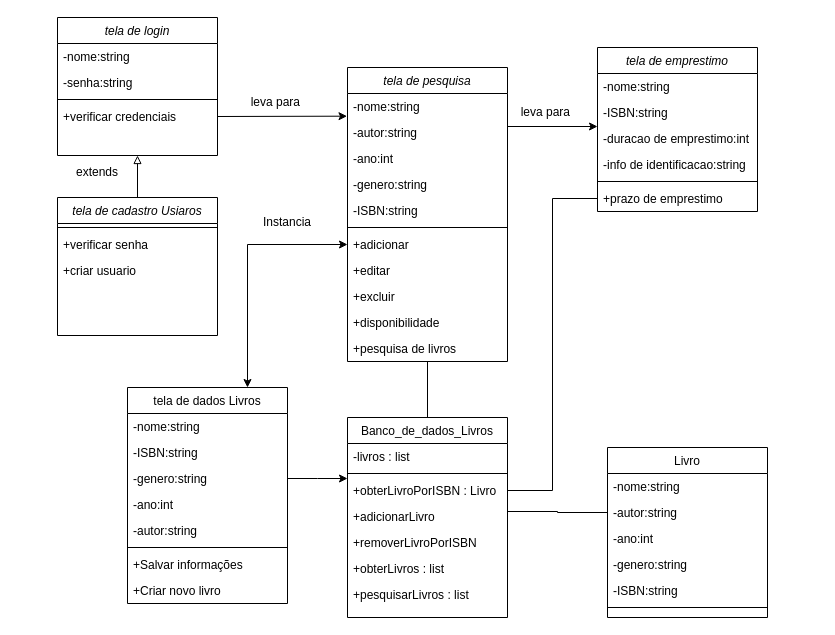
This is Biblioteca v2.drawio from John-The-Fox/Projeto-Biblioteca, a draw.io file, before an edit. Source tidied: cells renumbered, new cells numbered last; positions are measured from the earlier drawing's top-left corner, leaving out a move shared by most shapes. Both pictures are drawn from the tidied source at 100%, with x=0, y=0 at pixel (57, 17).
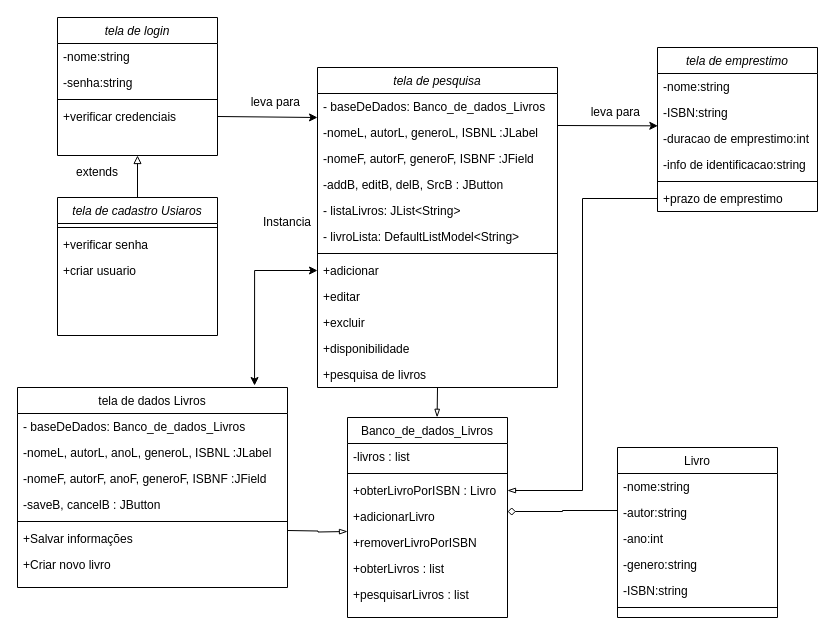
The same page after the edit.

Unchanged cells that the change refers to:
```xml
<mxCell id="18" value="+verificar credenciais" style="text;align=left;verticalAlign=top;spacingLeft=4;spacingRight=4;overflow=hidden;points=[[0,0.5],[1,0.5]];portConstraint=eastwest;" parent="14" vertex="1">
  <mxGeometry y="86" width="160" height="26" as="geometry" />
</mxCell>
<mxCell id="22" value="-duracao de emprestimo:int" style="text;align=left;verticalAlign=top;spacingLeft=4;spacingRight=4;overflow=hidden;points=[[0,0.5],[1,0.5]];portConstraint=eastwest;" parent="19" vertex="1">
  <mxGeometry y="78" width="160" height="26" as="geometry" />
</mxCell>
<mxCell id="25" value="+prazo de emprestimo" style="text;align=left;verticalAlign=top;spacingLeft=4;spacingRight=4;overflow=hidden;points=[[0,0.5],[1,0.5]];portConstraint=eastwest;" parent="19" vertex="1">
  <mxGeometry y="138" width="160" height="26" as="geometry" />
</mxCell>
<mxCell id="48" value="Banco_de_dados_Livros" style="swimlane;fontStyle=0;align=center;verticalAlign=top;horizontal=1;startSize=26;rounded=0;shadow=0;strokeWidth=1;" parent="1" vertex="1">
  <mxGeometry x="290" y="400" width="160" height="200" as="geometry" />
</mxCell>
<mxCell id="51" value="+obterLivroPorISBN : Livro" style="text;align=left;verticalAlign=top;spacingLeft=4;spacingRight=4;overflow=hidden;points=[[0,0.5],[1,0.5]];portConstraint=eastwest;" parent="48" vertex="1">
  <mxGeometry y="60" width="160" height="26" as="geometry" />
</mxCell>
<mxCell id="52" value="+adicionarLivro" style="text;align=left;verticalAlign=top;spacingLeft=4;spacingRight=4;overflow=hidden;points=[[0,0.5],[1,0.5]];portConstraint=eastwest;" parent="48" vertex="1">
  <mxGeometry y="86" width="160" height="26" as="geometry" />
</mxCell>
<mxCell id="59" value="-autor:string" style="text;align=left;verticalAlign=top;spacingLeft=4;spacingRight=4;overflow=hidden;points=[[0,0.5],[1,0.5]];portConstraint=eastwest;" parent="57" vertex="1">
  <mxGeometry y="52" width="160" height="26" as="geometry" />
</mxCell>
```

Change to the diagram source:
```diff
@@
     <mxCell id="2" value="tela de pesquisa" style="swimlane;fontStyle=2;align=center;verticalAlign=top;horizontal=1;startSize=26;rounded=0;shadow=0;strokeWidth=1;" parent="1" vertex="1">
-      <mxGeometry x="290" y="50" width="160" height="294" as="geometry" />
+      <mxGeometry x="260" y="50" width="240" height="320" as="geometry" />
     </mxCell>
+    <mxCell id="66" value="- baseDeDados: Banco_de_dados_Livros" style="text;align=left;verticalAlign=top;spacingLeft=4;spacingRight=4;overflow=hidden;" parent="2" vertex="1">
+      <mxGeometry y="26" width="240" height="26" as="geometry" />
+    </mxCell>
-    <mxCell id="3" value="-nome:string" style="text;align=left;verticalAlign=top;spacingLeft=4;spacingRight=4;overflow=hidden;points=[[0,0.5],[1,0.5]];portConstraint=eastwest;" parent="2" vertex="1">
-      <mxGeometry y="26" width="160" height="26" as="geometry" />
+    <mxCell id="3" value="-nomeL, autorL, generoL, ISBNL :JLabel" style="text;align=left;verticalAlign=top;spacingLeft=4;spacingRight=4;overflow=hidden;points=[[0,0.5],[1,0.5]];portConstraint=eastwest;" parent="2" vertex="1">
+      <mxGeometry y="52" width="240" height="26" as="geometry" />
     </mxCell>
-    <mxCell id="4" value="-autor:string" style="text;align=left;verticalAlign=top;spacingLeft=4;spacingRight=4;overflow=hidden;" parent="2" vertex="1">
-      <mxGeometry y="52" width="160" height="26" as="geometry" />
+    <mxCell id="4" value="-nomeF, autorF, generoF, ISBNF :JField" style="text;align=left;verticalAlign=top;spacingLeft=4;spacingRight=4;overflow=hidden;" parent="2" vertex="1">
+      <mxGeometry y="78" width="240" height="26" as="geometry" />
     </mxCell>
-    <mxCell id="5" value="-ano:int" style="text;align=left;verticalAlign=top;spacingLeft=4;spacingRight=4;overflow=hidden;" parent="2" vertex="1">
-      <mxGeometry y="78" width="160" height="26" as="geometry" />
-    </mxCell>
-    <mxCell id="6" value="-genero:string" style="text;align=left;verticalAlign=top;spacingLeft=4;spacingRight=4;overflow=hidden;" parent="2" vertex="1">
-      <mxGeometry y="104" width="160" height="26" as="geometry" />
+    <mxCell id="6" value="-addB, editB, delB, SrcB : JButton" style="text;align=left;verticalAlign=top;spacingLeft=4;spacingRight=4;overflow=hidden;" parent="2" vertex="1">
+      <mxGeometry y="104" width="240" height="26" as="geometry" />
     </mxCell>
-    <mxCell id="7" value="-ISBN:string" style="text;align=left;verticalAlign=top;spacingLeft=4;spacingRight=4;overflow=hidden;" parent="2" vertex="1">
-      <mxGeometry y="130" width="160" height="26" as="geometry" />
+    <mxCell id="7" value="- listaLivros: JList&lt;String&gt;" style="text;align=left;verticalAlign=top;spacingLeft=4;spacingRight=4;overflow=hidden;" parent="2" vertex="1">
+      <mxGeometry y="130" width="240" height="26" as="geometry" />
     </mxCell>
+    <mxCell id="67" value="- livroLista: DefaultListModel&lt;String&gt;" style="text;align=left;verticalAlign=top;spacingLeft=4;spacingRight=4;overflow=hidden;" parent="2" vertex="1">
+      <mxGeometry y="156" width="240" height="26" as="geometry" />
+    </mxCell>
     <mxCell id="8" style="line;html=1;strokeWidth=1;align=left;verticalAlign=middle;spacingTop=-1;spacingLeft=3;spacingRight=3;labelPosition=right;" parent="2" vertex="1">
-      <mxGeometry y="156" width="160" height="8" as="geometry" />
+      <mxGeometry y="182" width="240" height="8" as="geometry" />
     </mxCell>
     <mxCell id="9" value="+adicionar" style="text;align=left;verticalAlign=top;spacingLeft=4;spacingRight=4;overflow=hidden;points=[[0,0.5],[1,0.5]];portConstraint=eastwest;" parent="2" vertex="1">
-      <mxGeometry y="164" width="160" height="26" as="geometry" />
+      <mxGeometry y="190" width="240" height="26" as="geometry" />
     </mxCell>
     <mxCell id="10" value="+editar" style="text;align=left;verticalAlign=top;spacingLeft=4;spacingRight=4;overflow=hidden;" parent="2" vertex="1">
-      <mxGeometry y="190" width="160" height="26" as="geometry" />
+      <mxGeometry y="216" width="240" height="26" as="geometry" />
     </mxCell>
     <mxCell id="11" value="+excluir" style="text;align=left;verticalAlign=top;spacingLeft=4;spacingRight=4;overflow=hidden;" parent="2" vertex="1">
-      <mxGeometry y="216" width="160" height="26" as="geometry" />
+      <mxGeometry y="242" width="240" height="26" as="geometry" />
     </mxCell>
     <mxCell id="12" value="+disponibilidade" style="text;align=left;verticalAlign=top;spacingLeft=4;spacingRight=4;overflow=hidden;" parent="2" vertex="1">
-      <mxGeometry y="242" width="160" height="26" as="geometry" />
+      <mxGeometry y="268" width="240" height="26" as="geometry" />
     </mxCell>
     <mxCell id="13" value="+pesquisa de livros" style="text;align=left;verticalAlign=top;spacingLeft=4;spacingRight=4;overflow=hidden;points=[[0,0.5],[1,0.5]];portConstraint=eastwest;" parent="2" vertex="1">
-      <mxGeometry y="268" width="160" height="26" as="geometry" />
+      <mxGeometry y="294" width="240" height="26" as="geometry" />
     </mxCell>
@@
     <mxCell id="19" value="tela de emprestimo" style="swimlane;fontStyle=2;align=center;verticalAlign=top;horizontal=1;startSize=26;rounded=0;shadow=0;strokeWidth=1;" parent="1" vertex="1">
-      <mxGeometry x="540" y="30" width="160" height="164" as="geometry" />
+      <mxGeometry x="600" y="30" width="160" height="164" as="geometry" />
     </mxCell>
@@
-    <mxCell id="32" style="endArrow=classic;html=1;rounded=0;entryX=-0.003;entryY=0.872;entryDx=0;entryDy=0;exitX=1;exitY=0.5;exitDx=0;exitDy=0;entryPerimeter=0;" parent="1" edge="1" source="18" target="3">
-      <mxGeometry relative="1" as="geometry" />
+    <mxCell id="32" style="endArrow=classic;html=1;rounded=0;exitX=1;exitY=0.5;exitDx=0;exitDy=0;" parent="1" edge="1" source="18">
+      <mxGeometry relative="1" as="geometry">
+        <mxPoint x="260" y="100" as="targetPoint" />
+      </mxGeometry>
     </mxCell>
@@
     <mxCell id="34" value="tela de dados Livros" style="swimlane;fontStyle=0;align=center;verticalAlign=top;horizontal=1;startSize=26;rounded=0;shadow=0;strokeWidth=1;" parent="1" vertex="1">
-      <mxGeometry x="70" y="370" width="160" height="216" as="geometry" />
+      <mxGeometry x="-40" y="370" width="270" height="200" as="geometry" />
     </mxCell>
-    <mxCell id="35" value="-nome:string" style="text;align=left;verticalAlign=top;spacingLeft=4;spacingRight=4;overflow=hidden;" parent="34" vertex="1">
-      <mxGeometry y="26" width="160" height="26" as="geometry" />
-    </mxCell>
-    <mxCell id="36" value="-ISBN:string" style="text;align=left;verticalAlign=top;spacingLeft=4;spacingRight=4;overflow=hidden;" parent="34" vertex="1">
-      <mxGeometry y="52" width="160" height="26" as="geometry" />
-    </mxCell>
-    <mxCell id="37" value="-genero:string" style="text;align=left;verticalAlign=top;spacingLeft=4;spacingRight=4;overflow=hidden;points=[[0,0.5],[1,0.5]];portConstraint=eastwest;" parent="34" vertex="1">
-      <mxGeometry y="78" width="160" height="26" as="geometry" />
-    </mxCell>
-    <mxCell id="38" value="-ano:int" style="text;align=left;verticalAlign=top;spacingLeft=4;spacingRight=4;overflow=hidden;" parent="34" vertex="1">
-      <mxGeometry y="104" width="160" height="26" as="geometry" />
-    </mxCell>
-    <mxCell id="39" value="-autor:string" style="text;align=left;verticalAlign=top;spacingLeft=4;spacingRight=4;overflow=hidden;" parent="34" vertex="1">
-      <mxGeometry y="130" width="160" height="26" as="geometry" />
-    </mxCell>
+    <mxCell id="68" value="- baseDeDados: Banco_de_dados_Livros" style="text;align=left;verticalAlign=top;spacingLeft=4;spacingRight=4;overflow=hidden;" parent="34" vertex="1">
+      <mxGeometry y="26" width="270" height="26" as="geometry" />
+    </mxCell>
+    <mxCell id="69" value="-nomeL, autorL, anoL, generoL, ISBNL :JLabel" style="text;align=left;verticalAlign=top;spacingLeft=4;spacingRight=4;overflow=hidden;" parent="34" vertex="1">
+      <mxGeometry y="52" width="270" height="26" as="geometry" />
+    </mxCell>
+    <mxCell id="70" value="-nomeF, autorF, anoF, generoF, ISBNF :JField" style="text;align=left;verticalAlign=top;spacingLeft=4;spacingRight=4;overflow=hidden;" parent="34" vertex="1">
+      <mxGeometry y="78" width="270" height="26" as="geometry" />
+    </mxCell>
+    <mxCell id="71" value="-saveB, cancelB : JButton" style="text;align=left;verticalAlign=top;spacingLeft=4;spacingRight=4;overflow=hidden;" parent="34" vertex="1">
+      <mxGeometry y="104" width="270" height="26" as="geometry" />
+    </mxCell>
     <mxCell id="40" style="line;html=1;strokeWidth=1;align=left;verticalAlign=middle;spacingTop=-1;spacingLeft=3;spacingRight=3;labelPosition=right;" parent="34" vertex="1">
-      <mxGeometry y="156" width="160" height="8" as="geometry" />
+      <mxGeometry y="130" width="270" height="8" as="geometry" />
     </mxCell>
     <mxCell id="41" value="+Salvar informações" style="text;align=left;verticalAlign=top;spacingLeft=4;spacingRight=4;overflow=hidden;" parent="34" vertex="1">
-      <mxGeometry y="164" width="160" height="26" as="geometry" />
+      <mxGeometry y="138" width="270" height="26" as="geometry" />
     </mxCell>
     <mxCell id="42" value="+Criar novo livro" style="text;align=left;verticalAlign=top;spacingLeft=4;spacingRight=4;overflow=hidden;" parent="34" vertex="1">
-      <mxGeometry y="190" width="160" height="26" as="geometry" />
+      <mxGeometry y="164" width="270" height="26" as="geometry" />
     </mxCell>
-    <mxCell id="43" style="endArrow=classic;html=1;rounded=0;" parent="1" edge="1">
+    <mxCell id="43" style="endArrow=classic;html=1;rounded=0;entryX=0.002;entryY=0.013;entryDx=0;entryDy=0;entryPerimeter=0;" parent="1" edge="1" target="22">
       <mxGeometry relative="1" as="geometry">
-        <mxPoint x="450" y="109" as="sourcePoint" />
-        <mxPoint x="540" y="109" as="targetPoint" />
+        <mxPoint x="500" y="108" as="sourcePoint" />
       </mxGeometry>
     </mxCell>
     <mxCell id="44" value="leva para&amp;nbsp;" style="text;html=1;align=center;verticalAlign=middle;whiteSpace=wrap;rounded=0;" parent="1" vertex="1">
-      <mxGeometry x="460" y="80" width="60" height="30" as="geometry" />
+      <mxGeometry x="530" y="80" width="60" height="30" as="geometry" />
     </mxCell>
-    <mxCell id="45" style="endArrow=classic;html=1;rounded=0;exitX=0;exitY=0.5;exitDx=0;exitDy=0;entryX=0.75;entryY=0;entryDx=0;entryDy=0;edgeStyle=orthogonalEdgeStyle;startArrow=classic;startFill=1;" parent="1" edge="1" source="9" target="34">
+    <mxCell id="45" style="endArrow=classic;html=1;rounded=0;exitX=0;exitY=0.5;exitDx=0;exitDy=0;entryX=0.878;entryY=-0.01;entryDx=0;entryDy=0;edgeStyle=orthogonalEdgeStyle;startArrow=classic;startFill=1;entryPerimeter=0;" parent="1" edge="1" source="9" target="34">
       <mxGeometry relative="1" as="geometry" />
     </mxCell>
@@
-    <mxCell id="47" style="edgeStyle=orthogonalEdgeStyle;rounded=0;jettySize=auto;html=1;exitX=0.5;exitY=0;exitDx=0;exitDy=0;endArrow=none;endFill=0;entryX=0.5;entryY=1.019;entryDx=0;entryDy=0;entryPerimeter=0;" parent="1" edge="1" source="48" target="13">
+    <mxCell id="47" style="edgeStyle=orthogonalEdgeStyle;rounded=0;jettySize=auto;html=1;exitX=0.56;exitY=-0.001;exitDx=0;exitDy=0;endArrow=none;endFill=0;entryX=0.5;entryY=1.019;entryDx=0;entryDy=0;entryPerimeter=0;startArrow=blockThin;startFill=0;exitPerimeter=0;" parent="1" edge="1" source="48" target="13">
       <mxGeometry relative="1" as="geometry" />
     </mxCell>
@@
-    <mxCell id="56" style="edgeStyle=orthogonalEdgeStyle;rounded=0;jettySize=auto;html=1;exitX=1;exitY=0.5;exitDx=0;exitDy=0;entryX=0;entryY=0.346;entryDx=0;entryDy=0;entryPerimeter=0;" parent="1" edge="1" source="37">
+    <mxCell id="56" style="edgeStyle=orthogonalEdgeStyle;rounded=0;orthogonalLoop=1;jettySize=auto;html=1;exitX=1;exitY=0.5;exitDx=0;exitDy=0;endArrow=blockThin;endFill=0;" parent="1" edge="1">
       <mxGeometry relative="1" as="geometry">
-        <mxPoint x="290" y="461" as="targetPoint" />
+        <mxPoint x="230" y="513" as="sourcePoint" />
+        <mxPoint x="290" y="514" as="targetPoint" />
       </mxGeometry>
     </mxCell>
     <mxCell id="57" value="Livro" style="swimlane;fontStyle=0;align=center;verticalAlign=top;horizontal=1;startSize=26;rounded=0;shadow=0;strokeWidth=1;" parent="1" vertex="1">
-      <mxGeometry x="550" y="430" width="160" height="170" as="geometry" />
+      <mxGeometry x="560" y="430" width="160" height="170" as="geometry" />
     </mxCell>
@@
-    <mxCell id="64" style="edgeStyle=orthogonalEdgeStyle;rounded=0;jettySize=auto;html=1;exitX=1;exitY=0.308;exitDx=0;exitDy=0;entryX=0;entryY=0.5;entryDx=0;entryDy=0;exitPerimeter=0;endArrow=none;endFill=0;" parent="1" edge="1" source="52" target="59">
+    <mxCell id="64" style="edgeStyle=orthogonalEdgeStyle;rounded=0;jettySize=auto;html=1;exitX=1;exitY=0.308;exitDx=0;exitDy=0;entryX=-0.001;entryY=0.424;entryDx=0;entryDy=0;exitPerimeter=0;endArrow=none;endFill=0;startArrow=diamond;startFill=0;entryPerimeter=0;" parent="1" edge="1" source="52" target="59">
       <mxGeometry relative="1" as="geometry" />
     </mxCell>
-    <mxCell id="65" style="edgeStyle=orthogonalEdgeStyle;rounded=0;jettySize=auto;html=1;exitX=1;exitY=0.5;exitDx=0;exitDy=0;entryX=0;entryY=0.5;entryDx=0;entryDy=0;endArrow=none;endFill=0;" parent="1" edge="1" source="51" target="25">
+    <mxCell id="65" style="edgeStyle=orthogonalEdgeStyle;rounded=0;jettySize=auto;html=1;exitX=1;exitY=0.5;exitDx=0;exitDy=0;entryX=0;entryY=0.5;entryDx=0;entryDy=0;endArrow=none;endFill=0;startArrow=blockThin;startFill=0;" parent="1" edge="1" source="51" target="25">
       <mxGeometry relative="1" as="geometry" />
     </mxCell>
```
